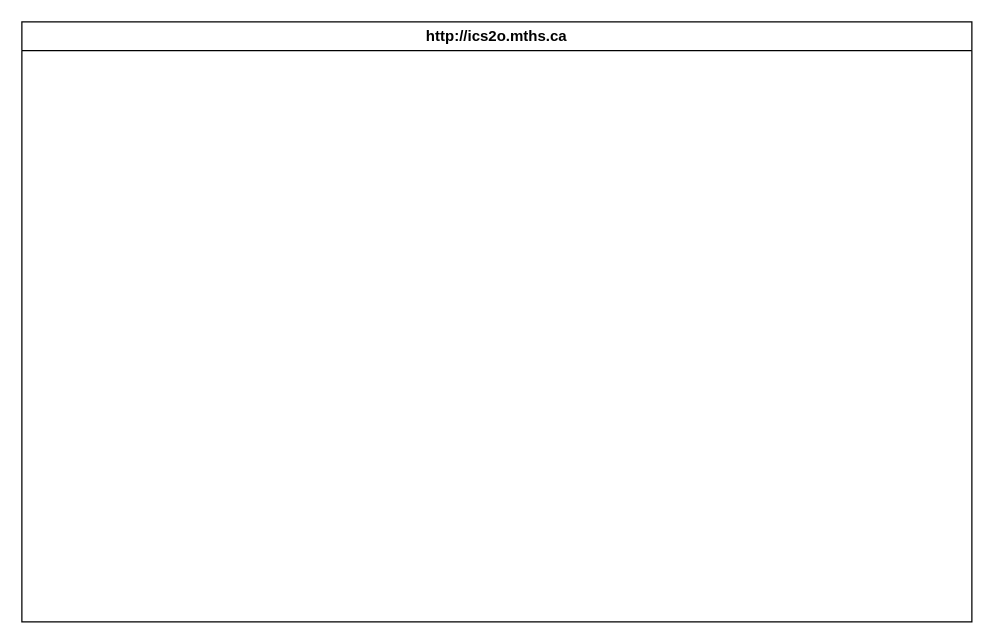
MTHS-ICD2O-1-2023/ICD2O-Unit-3-02-pablo-fiallos-granados keeps this draw.io diagram as design/storyboard.drawio. Above is the earlier version. Source tidied: cells renumbered, new cells numbered last; positions are measured from the earlier drawing's top-left corner, leaving out a move shared by most shapes. Both pictures are drawn from the tidied source at 125%, with x=0, y=0 at pixel (21, 21). Pictures stored in the file or linked from it are replaced by grey dashed boxes.
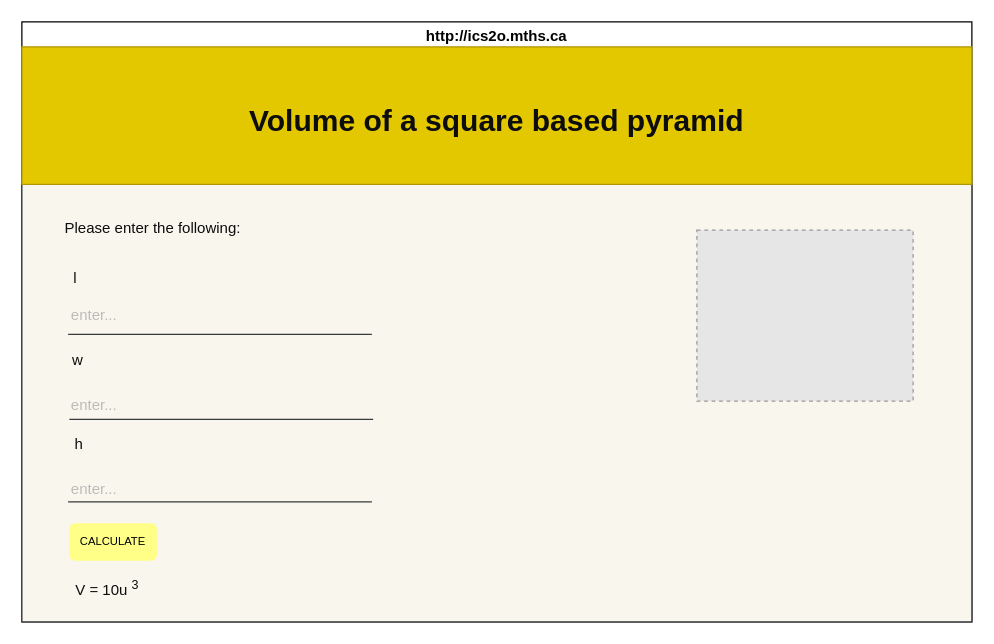
Above is the later version.

The change refers to these unchanged cells:
```xml
<mxCell id="2" value="http://ics2o.mths.ca" style="swimlane;whiteSpace=wrap;html=1;" parent="1" vertex="1">
  <mxGeometry width="760" height="480" as="geometry" />
</mxCell>
```

What changed in the source:
```diff
@@
+    <mxCell id="3" style="rounded=0;whiteSpace=wrap;html=1;fillColor=#f9f7ed;strokeColor=#36393d;fontSize=9;" parent="2" vertex="1">
+      <mxGeometry y="130" width="760" height="350" as="geometry" />
+    </mxCell>
+    <mxCell id="4" value="Please enter the following:" style="text;html=1;strokeColor=none;fillColor=none;align=center;verticalAlign=middle;whiteSpace=wrap;rounded=0;fontColor=#0D0D0D;" parent="2" vertex="1">
+      <mxGeometry x="30" y="150" width="150" height="30" as="geometry" />
+    </mxCell>
+    <mxCell id="5" value="l" style="text;html=1;strokeColor=none;fillColor=none;align=center;verticalAlign=middle;whiteSpace=wrap;rounded=0;fontColor=#0D0D0D;" parent="2" vertex="1">
+      <mxGeometry x="28" y="190" width="30" height="30" as="geometry" />
+    </mxCell>
+    <mxCell id="6" style="endArrow=none;html=1;fontColor=#0D0D0D;jumpSize=5;fillColor=#eeeeee;strokeColor=#36393d;" parent="2" edge="1">
+      <mxGeometry relative="1" as="geometry">
+        <mxPoint x="37" y="250" as="sourcePoint" />
+        <mxPoint x="280" y="250" as="targetPoint" />
+      </mxGeometry>
+    </mxCell>
+    <mxCell id="7" value="enter..." style="text;html=1;strokeColor=none;fillColor=none;align=center;verticalAlign=middle;whiteSpace=wrap;rounded=0;fontColor=#BDBBB9;" parent="2" vertex="1">
+      <mxGeometry x="28" y="220" width="60" height="30" as="geometry" />
+    </mxCell>
+    <mxCell id="8" style="whiteSpace=wrap;html=1;fillColor=#e3c800;fontColor=#000000;strokeColor=#B09500;" parent="2" vertex="1">
+      <mxGeometry y="20" width="760" height="110" as="geometry" />
+    </mxCell>
+    <mxCell id="9" style="fillColor=#E6E6E6;strokeColor=#999999;dashed=1;verticalLabelPosition=bottom;labelBackgroundColor=default;verticalAlign=top;" parent="2" vertex="1">
+      <mxGeometry x="540" y="166.6" width="173" height="136.8" as="geometry" />
+    </mxCell>
+    <mxCell id="10" value="&lt;h1&gt;&lt;font color=&quot;#0d0d0d&quot;&gt;Volume of a square based pyramid&lt;/font&gt;&lt;/h1&gt;" style="text;html=1;strokeColor=none;fillColor=none;align=center;verticalAlign=middle;whiteSpace=wrap;rounded=0;" parent="1" vertex="1">
+      <mxGeometry x="160" y="20" width="440" height="120" as="geometry" />
+    </mxCell>
+    <mxCell id="11" value="w" style="text;html=1;strokeColor=none;fillColor=none;align=center;verticalAlign=middle;whiteSpace=wrap;rounded=0;fontColor=#0D0D0D;" parent="1" vertex="1">
+      <mxGeometry x="30" y="256" width="30" height="30" as="geometry" />
+    </mxCell>
+    <mxCell id="12" style="endArrow=none;html=1;fontColor=#0D0D0D;jumpSize=5;fillColor=#eeeeee;strokeColor=#36393d;" parent="1" edge="1">
+      <mxGeometry relative="1" as="geometry">
+        <mxPoint x="38" y="318" as="sourcePoint" />
+        <mxPoint x="281" y="318" as="targetPoint" />
+      </mxGeometry>
+    </mxCell>
+    <mxCell id="13" value="enter..." style="text;html=1;strokeColor=none;fillColor=none;align=center;verticalAlign=middle;whiteSpace=wrap;rounded=0;fontColor=#BDBBB9;" parent="1" vertex="1">
+      <mxGeometry x="28" y="292" width="60" height="30" as="geometry" />
+    </mxCell>
+    <mxCell id="14" value="h" style="text;html=1;strokeColor=none;fillColor=none;align=center;verticalAlign=middle;whiteSpace=wrap;rounded=0;fontColor=#0D0D0D;" parent="1" vertex="1">
+      <mxGeometry x="31" y="323" width="30" height="30" as="geometry" />
+    </mxCell>
+    <mxCell id="15" style="endArrow=none;html=1;fontColor=#0D0D0D;jumpSize=5;fillColor=#eeeeee;strokeColor=#36393d;" parent="1" edge="1">
+      <mxGeometry relative="1" as="geometry">
+        <mxPoint x="37" y="384" as="sourcePoint" />
+        <mxPoint x="280" y="384" as="targetPoint" />
+      </mxGeometry>
+    </mxCell>
+    <mxCell id="16" value="enter..." style="text;html=1;strokeColor=none;fillColor=none;align=center;verticalAlign=middle;whiteSpace=wrap;rounded=0;fontColor=#BDBBB9;" parent="1" vertex="1">
+      <mxGeometry x="28" y="359" width="60" height="30" as="geometry" />
+    </mxCell>
+    <mxCell id="17" value="&lt;font color=&quot;#000000&quot; style=&quot;font-size: 9px;&quot;&gt;CALCULATE&lt;/font&gt;" style="rounded=1;whiteSpace=wrap;html=1;fillColor=#ffff88;strokeColor=none;fontSize=9;" parent="1" vertex="1">
+      <mxGeometry x="38" y="401" width="70" height="30" as="geometry" />
+    </mxCell>
+    <mxCell id="18" value="V = 10u &lt;sup&gt;3&lt;/sup&gt;" style="text;html=1;strokeColor=none;fillColor=none;align=center;verticalAlign=middle;whiteSpace=wrap;rounded=0;fontColor=#0D0D0D;" parent="1" vertex="1">
+      <mxGeometry x="27" y="438" width="83" height="30" as="geometry" />
+    </mxCell>
```
